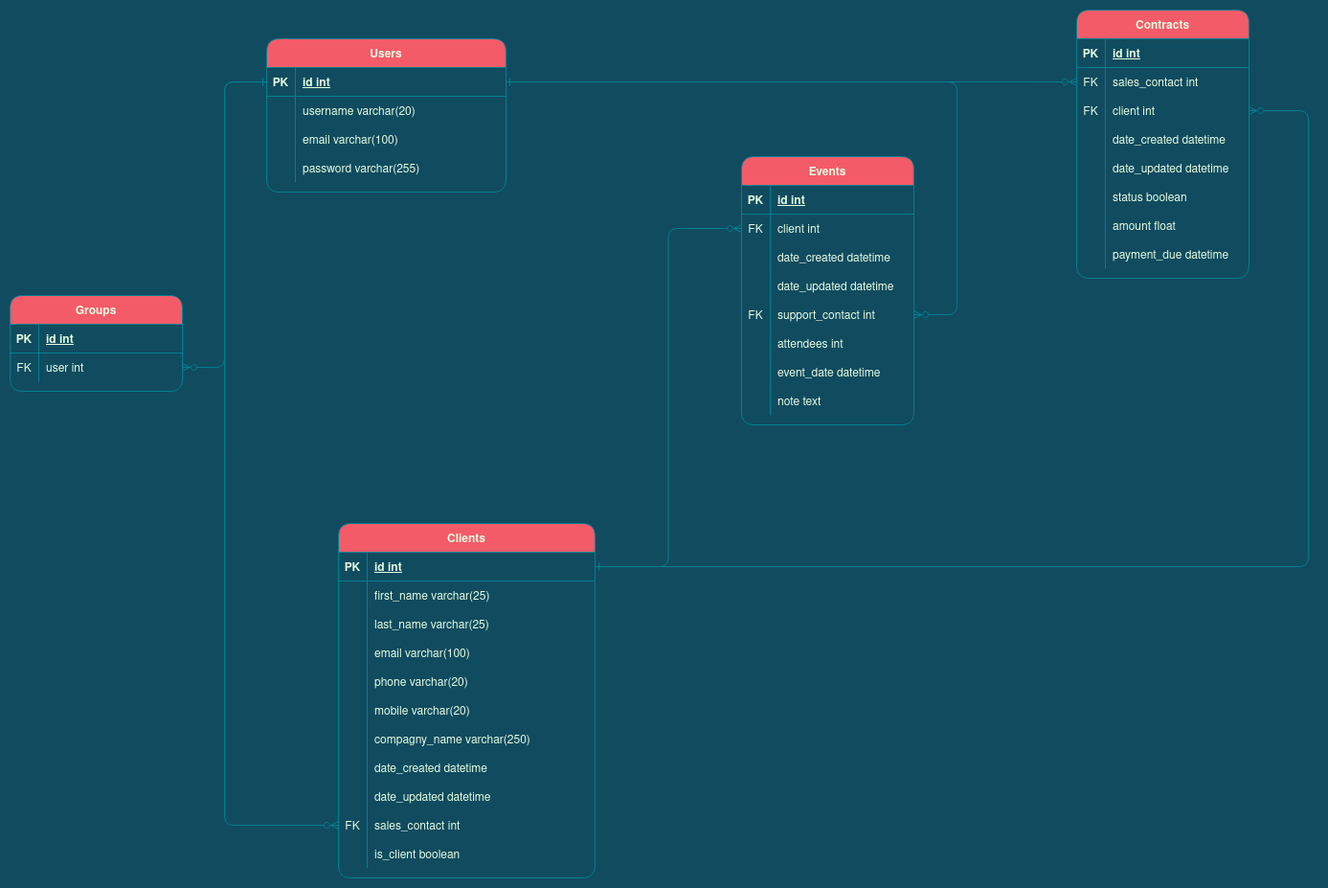
Before: erd.png, a diagram exported from draw.io (jogubo/oc-epicevents). Source tidied: cells renumbered, new cells last; positions are measured from the earlier drawing's top-left corner, leaving out a move shared by most shapes.
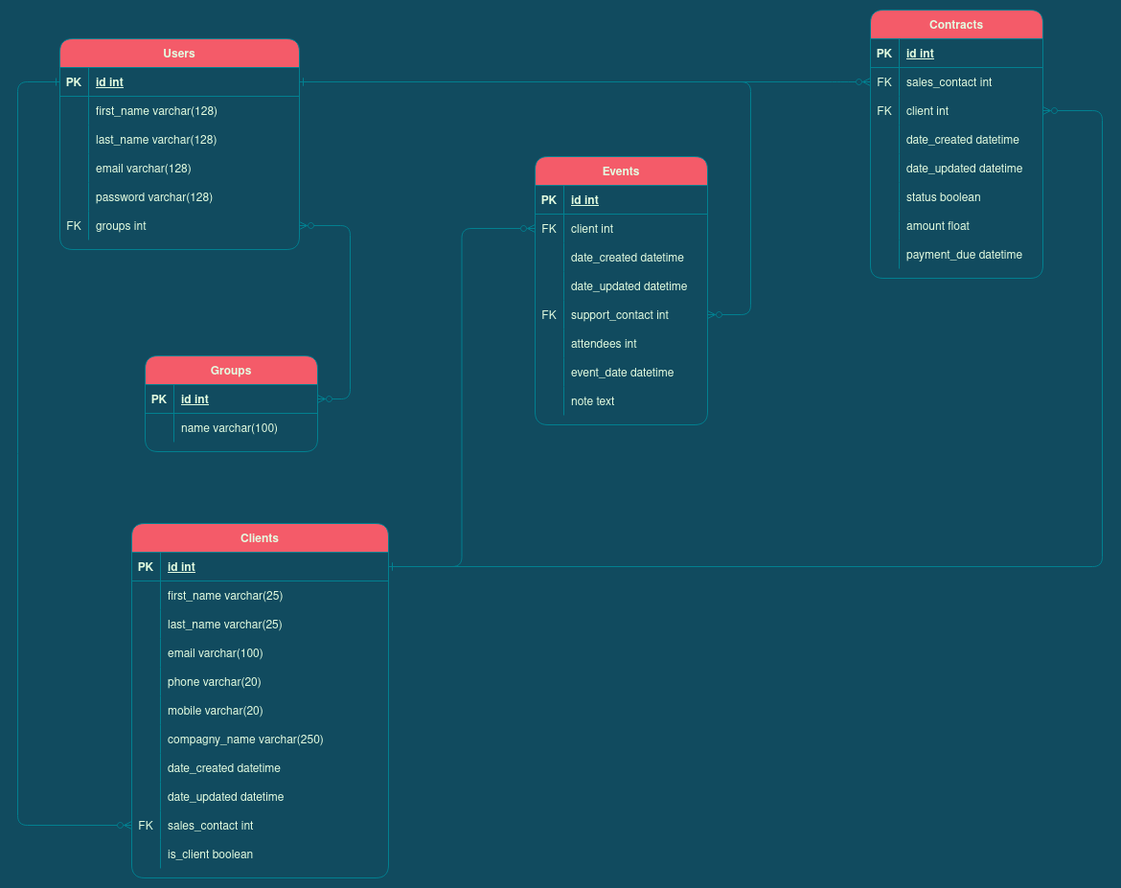
After the change.

Diff of the diagram source:
```diff
@@ -3,7 +3,7 @@
     <mxCell id="0" />
     <mxCell id="1" parent="0" />
     <mxCell id="2" value="Users" style="shape=table;startSize=30;rowLines=0;fontStyle=1;align=center;rounded=1;shadow=0;fillColor=#F45B69;strokeColor=#028090;fontColor=#E4FDE1;" parent="1" vertex="1">
-      <mxGeometry x="268" y="30" width="250" height="160" as="geometry" />
+      <mxGeometry x="268" y="30" width="250" height="220" as="geometry" />
     </mxCell>
     <mxCell id="3" style="shape=partialRectangle;fillColor=none;points=[[0,0.5],[1,0.5]];portConstraint=eastwest;top=0;left=0;right=0;bottom=1;rounded=1;strokeColor=#028090;fontColor=#E4FDE1;" parent="2" vertex="1">
       <mxGeometry y="30" width="250" height="30" as="geometry" />
@@ -14,33 +14,51 @@
     <mxCell id="5" value="id int" style="shape=partialRectangle;overflow=hidden;fillColor=none;top=0;left=0;bottom=0;right=0;align=left;spacingLeft=6;fontStyle=5;rounded=1;strokeColor=#028090;fontColor=#E4FDE1;" parent="3" vertex="1">
       <mxGeometry x="30" width="220" height="30" as="geometry" />
     </mxCell>
-    <mxCell id="6" style="shape=tableRow;horizontal=0;startSize=0;swimlaneHead=0;swimlaneBody=0;fillColor=none;top=0;left=0;right=0;bottom=0;rounded=1;strokeColor=#028090;fontColor=#E4FDE1;" parent="2" vertex="1">
-      <mxGeometry y="60" width="250" height="30" as="geometry" />
-    </mxCell>
-    <mxCell id="7" style="shape=partialRectangle;fillColor=none;top=0;left=0;bottom=0;right=0;overflow=hidden;rounded=1;strokeColor=#028090;fontColor=#E4FDE1;" parent="6" vertex="1">
-      <mxGeometry width="30" height="30" as="geometry" />
-    </mxCell>
-    <mxCell id="8" value="username varchar(20)" style="shape=partialRectangle;fillColor=none;top=0;left=0;bottom=0;right=0;align=left;spacingLeft=6;overflow=hidden;rounded=1;strokeColor=#028090;fontColor=#E4FDE1;" parent="6" vertex="1">
-      <mxGeometry x="30" width="220" height="30" as="geometry" />
-    </mxCell>
+    <mxCell id="113" style="shape=tableRow;horizontal=0;startSize=0;swimlaneHead=0;swimlaneBody=0;fillColor=none;top=0;left=0;right=0;bottom=0;strokeColor=#028090;fontColor=#E4FDE1;rounded=1;" parent="2" vertex="1">
+      <mxGeometry y="60" width="250" height="30" as="geometry" />
+    </mxCell>
+    <mxCell id="114" style="shape=partialRectangle;fillColor=none;top=0;left=0;bottom=0;right=0;overflow=hidden;strokeColor=#028090;fontColor=#E4FDE1;rounded=1;" parent="113" vertex="1">
+      <mxGeometry width="30" height="30" as="geometry" />
+    </mxCell>
+    <mxCell id="115" value="first_name varchar(128)" style="shape=partialRectangle;fillColor=none;top=0;left=0;bottom=0;right=0;align=left;spacingLeft=6;overflow=hidden;strokeColor=#028090;fontColor=#E4FDE1;rounded=1;" parent="113" vertex="1">
+      <mxGeometry x="30" width="220" height="30" as="geometry" />
+    </mxCell>
+    <mxCell id="116" style="shape=tableRow;horizontal=0;startSize=0;swimlaneHead=0;swimlaneBody=0;fillColor=none;top=0;left=0;right=0;bottom=0;strokeColor=#028090;fontColor=#E4FDE1;rounded=1;" parent="2" vertex="1">
+      <mxGeometry y="90" width="250" height="30" as="geometry" />
+    </mxCell>
+    <mxCell id="117" style="shape=partialRectangle;fillColor=none;top=0;left=0;bottom=0;right=0;overflow=hidden;strokeColor=#028090;fontColor=#E4FDE1;rounded=1;" parent="116" vertex="1">
+      <mxGeometry width="30" height="30" as="geometry" />
+    </mxCell>
+    <mxCell id="118" value="last_name varchar(128)" style="shape=partialRectangle;fillColor=none;top=0;left=0;bottom=0;right=0;align=left;spacingLeft=6;overflow=hidden;strokeColor=#028090;fontColor=#E4FDE1;rounded=1;" parent="116" vertex="1">
+      <mxGeometry x="30" width="220" height="30" as="geometry" />
+    </mxCell>
     <mxCell id="9" style="shape=tableRow;horizontal=0;startSize=0;swimlaneHead=0;swimlaneBody=0;fillColor=none;top=0;left=0;right=0;bottom=0;rounded=1;strokeColor=#028090;fontColor=#E4FDE1;" parent="2" vertex="1">
-      <mxGeometry y="90" width="250" height="30" as="geometry" />
+      <mxGeometry y="120" width="250" height="30" as="geometry" />
     </mxCell>
     <mxCell id="10" style="shape=partialRectangle;fillColor=none;top=0;left=0;bottom=0;right=0;overflow=hidden;rounded=1;strokeColor=#028090;fontColor=#E4FDE1;" parent="9" vertex="1">
       <mxGeometry width="30" height="30" as="geometry" />
     </mxCell>
-    <mxCell id="11" value="email varchar(100)" style="shape=partialRectangle;fillColor=none;top=0;left=0;bottom=0;right=0;align=left;spacingLeft=6;overflow=hidden;rounded=1;strokeColor=#028090;fontColor=#E4FDE1;" parent="9" vertex="1">
+    <mxCell id="11" value="email varchar(128)" style="shape=partialRectangle;fillColor=none;top=0;left=0;bottom=0;right=0;align=left;spacingLeft=6;overflow=hidden;rounded=1;strokeColor=#028090;fontColor=#E4FDE1;" parent="9" vertex="1">
       <mxGeometry x="30" width="220" height="30" as="geometry" />
     </mxCell>
     <mxCell id="12" style="shape=tableRow;horizontal=0;startSize=0;swimlaneHead=0;swimlaneBody=0;fillColor=none;top=0;left=0;right=0;bottom=0;rounded=1;strokeColor=#028090;fontColor=#E4FDE1;" parent="2" vertex="1">
-      <mxGeometry y="120" width="250" height="30" as="geometry" />
+      <mxGeometry y="150" width="250" height="30" as="geometry" />
     </mxCell>
     <mxCell id="13" style="shape=partialRectangle;fillColor=none;top=0;left=0;bottom=0;right=0;overflow=hidden;rounded=1;strokeColor=#028090;fontColor=#E4FDE1;" parent="12" vertex="1">
       <mxGeometry width="30" height="30" as="geometry" />
     </mxCell>
-    <mxCell id="14" value="password varchar(255)" style="shape=partialRectangle;fillColor=none;top=0;left=0;bottom=0;right=0;align=left;spacingLeft=6;overflow=hidden;rounded=1;strokeColor=#028090;fontColor=#E4FDE1;" parent="12" vertex="1">
+    <mxCell id="14" value="password varchar(128)" style="shape=partialRectangle;fillColor=none;top=0;left=0;bottom=0;right=0;align=left;spacingLeft=6;overflow=hidden;rounded=1;strokeColor=#028090;fontColor=#E4FDE1;" parent="12" vertex="1">
       <mxGeometry x="30" width="220" height="30" as="geometry" />
     </mxCell>
+    <mxCell id="119" style="shape=tableRow;horizontal=0;startSize=0;swimlaneHead=0;swimlaneBody=0;fillColor=none;points=[[0,0.5],[1,0.5]];portConstraint=eastwest;top=0;left=0;right=0;bottom=0;strokeColor=#028090;fontColor=#E4FDE1;rounded=1;" parent="2" vertex="1">
+      <mxGeometry y="180" width="250" height="30" as="geometry" />
+    </mxCell>
+    <mxCell id="120" value="FK" style="shape=partialRectangle;fillColor=none;top=0;left=0;bottom=0;right=0;fontStyle=0;overflow=hidden;strokeColor=#028090;fontColor=#E4FDE1;rounded=1;" parent="119" vertex="1">
+      <mxGeometry width="30" height="30" as="geometry" />
+    </mxCell>
+    <mxCell id="121" value="groups int" style="shape=partialRectangle;fillColor=none;top=0;left=0;bottom=0;right=0;align=left;spacingLeft=6;fontStyle=0;overflow=hidden;strokeColor=#028090;fontColor=#E4FDE1;rounded=1;" parent="119" vertex="1">
+      <mxGeometry x="30" width="220" height="30" as="geometry" />
+    </mxCell>
     <mxCell id="15" value="Clients" style="shape=table;startSize=30;rowLines=0;fontStyle=1;align=center;rounded=1;shadow=0;fillColor=#F45B69;strokeColor=#028090;fontColor=#E4FDE1;" parent="1" vertex="1">
       <mxGeometry x="343" y="536" width="268" height="370" as="geometry" />
     </mxCell>
@@ -299,10 +317,10 @@
     <mxCell id="100" style="edgeStyle=orthogonalEdgeStyle;rounded=1;jettySize=auto;html=1;labelBackgroundColor=#114B5F;strokeColor=#028090;fontColor=#E4FDE1;endArrow=ERone;endFill=0;startArrow=ERzeroToMany;startFill=0;" parent="1" edge="1" source="79" target="16">
       <mxGeometry relative="1" as="geometry" />
     </mxCell>
-    <mxCell id="101" style="edgeStyle=entityRelationEdgeStyle;fontSize=12;html=1;endArrow=ERzeroToMany;endFill=0;rounded=1;sketch=0;fontColor=#E4FDE1;strokeColor=#028090;fillColor=#F45B69;labelBackgroundColor=#114B5F;startArrow=ERone;startFill=0;" parent="1" edge="1" source="3" target="54">
+    <mxCell id="101" style="edgeStyle=entityRelationEdgeStyle;fontSize=12;html=1;endArrow=ERzeroToMany;endFill=0;rounded=1;fontColor=#E4FDE1;strokeColor=#028090;fillColor=#F45B69;labelBackgroundColor=#114B5F;startArrow=ERone;startFill=0;" parent="1" edge="1" source="3" target="54">
       <mxGeometry relative="1" as="geometry" />
     </mxCell>
-    <mxCell id="102" style="edgeStyle=orthogonalEdgeStyle;fontSize=12;html=1;endArrow=ERzeroToMany;endFill=0;rounded=1;sketch=0;fontColor=#E4FDE1;strokeColor=#028090;fillColor=#F45B69;labelBackgroundColor=#114B5F;startArrow=ERone;startFill=0;" parent="1" edge="1" source="16" target="57">
+    <mxCell id="102" style="edgeStyle=orthogonalEdgeStyle;fontSize=12;html=1;endArrow=ERzeroToMany;endFill=0;rounded=1;fontColor=#E4FDE1;strokeColor=#028090;fillColor=#F45B69;labelBackgroundColor=#114B5F;startArrow=ERone;startFill=0;" parent="1" edge="1" source="16" target="57">
       <mxGeometry relative="1" as="geometry">
         <Array as="points">
           <mxPoint x="1356" y="581" />
@@ -310,7 +328,7 @@
         </Array>
       </mxGeometry>
     </mxCell>
-    <mxCell id="103" style="edgeStyle=orthogonalEdgeStyle;fontSize=12;html=1;endArrow=ERzeroToMany;endFill=0;rounded=1;sketch=0;fontColor=#E4FDE1;strokeColor=#028090;fillColor=#F45B69;startArrow=ERone;startFill=0;labelBackgroundColor=#114B5F;" parent="1" edge="1" source="3" target="88">
+    <mxCell id="103" style="edgeStyle=orthogonalEdgeStyle;fontSize=12;html=1;endArrow=ERzeroToMany;endFill=0;rounded=1;fontColor=#E4FDE1;strokeColor=#028090;fillColor=#F45B69;startArrow=ERone;startFill=0;labelBackgroundColor=#114B5F;" parent="1" edge="1" source="3" target="88">
       <mxGeometry relative="1" as="geometry">
         <Array as="points">
           <mxPoint x="989" y="75" />
@@ -318,7 +336,7 @@
         </Array>
       </mxGeometry>
     </mxCell>
-    <mxCell id="104" style="edgeStyle=orthogonalEdgeStyle;fontSize=12;html=1;endArrow=ERzeroToMany;endFill=0;rounded=1;sketch=0;fontColor=#E4FDE1;strokeColor=#028090;fillColor=#F45B69;labelBackgroundColor=#114B5F;startArrow=ERone;startFill=0;" parent="1" edge="1" source="3" target="43">
+    <mxCell id="104" style="edgeStyle=orthogonalEdgeStyle;fontSize=12;html=1;endArrow=ERzeroToMany;endFill=0;rounded=1;fontColor=#E4FDE1;strokeColor=#028090;fillColor=#F45B69;labelBackgroundColor=#114B5F;startArrow=ERone;startFill=0;" parent="1" edge="1" source="3" target="43">
       <mxGeometry relative="1" as="geometry">
         <Array as="points">
           <mxPoint x="224" y="75" />
@@ -327,7 +345,7 @@
       </mxGeometry>
     </mxCell>
     <mxCell id="105" value="Groups" style="shape=table;startSize=30;rowLines=0;fontStyle=1;align=center;fillColor=#F45B69;strokeColor=#028090;fontColor=#E4FDE1;rounded=1;" parent="1" vertex="1">
-      <mxGeometry y="298" width="180" height="100" as="geometry" />
+      <mxGeometry x="357" y="361" width="180" height="100" as="geometry" />
     </mxCell>
     <mxCell id="106" style="shape=tableRow;horizontal=0;startSize=0;swimlaneHead=0;swimlaneBody=0;fillColor=none;points=[[0,0.5],[1,0.5]];portConstraint=eastwest;top=0;left=0;right=0;bottom=1;strokeColor=#028090;fontColor=#E4FDE1;rounded=1;" parent="105" vertex="1">
       <mxGeometry y="30" width="180" height="30" as="geometry" />
@@ -338,17 +356,22 @@
     <mxCell id="108" value="id int" style="shape=partialRectangle;fillColor=none;top=0;left=0;bottom=0;right=0;align=left;spacingLeft=6;fontStyle=5;overflow=hidden;strokeColor=#028090;fontColor=#E4FDE1;rounded=1;" parent="106" vertex="1">
       <mxGeometry x="30" width="150" height="30" as="geometry" />
     </mxCell>
-    <mxCell id="109" style="shape=tableRow;horizontal=0;startSize=0;swimlaneHead=0;swimlaneBody=0;fillColor=none;points=[[0,0.5],[1,0.5]];portConstraint=eastwest;top=0;left=0;right=0;bottom=0;rounded=1;sketch=0;fontColor=#E4FDE1;strokeColor=#028090;" parent="105" vertex="1">
+    <mxCell id="109" style="shape=tableRow;horizontal=0;startSize=0;swimlaneHead=0;swimlaneBody=0;fillColor=none;points=[[0,0.5],[1,0.5]];portConstraint=eastwest;top=0;left=0;right=0;bottom=0;rounded=1;fontColor=#E4FDE1;strokeColor=#028090;" parent="105" vertex="1">
       <mxGeometry y="60" width="180" height="30" as="geometry" />
     </mxCell>
-    <mxCell id="110" value="FK" style="shape=partialRectangle;fillColor=none;top=0;left=0;bottom=0;right=0;fontStyle=0;overflow=hidden;rounded=1;sketch=0;fontColor=#E4FDE1;strokeColor=#028090;" parent="109" vertex="1">
+    <mxCell id="110" style="shape=partialRectangle;fillColor=none;top=0;left=0;bottom=0;right=0;fontStyle=0;overflow=hidden;rounded=1;fontColor=#E4FDE1;strokeColor=#028090;" parent="109" vertex="1">
       <mxGeometry width="30" height="30" as="geometry" />
     </mxCell>
-    <mxCell id="111" value="user int" style="shape=partialRectangle;fillColor=none;top=0;left=0;bottom=0;right=0;align=left;spacingLeft=6;fontStyle=0;overflow=hidden;rounded=1;sketch=0;fontColor=#E4FDE1;strokeColor=#028090;" parent="109" vertex="1">
+    <mxCell id="111" value="name varchar(100)" style="shape=partialRectangle;fillColor=none;top=0;left=0;bottom=0;right=0;align=left;spacingLeft=6;fontStyle=0;overflow=hidden;rounded=1;fontColor=#E4FDE1;strokeColor=#028090;" parent="109" vertex="1">
       <mxGeometry x="30" width="150" height="30" as="geometry" />
     </mxCell>
-    <mxCell id="112" style="edgeStyle=orthogonalEdgeStyle;curved=0;rounded=1;sketch=0;jettySize=auto;html=1;exitX=1;exitY=0.5;exitDx=0;exitDy=0;fontColor=#E4FDE1;strokeColor=#028090;fillColor=#F45B69;endArrow=ERone;endFill=0;startArrow=ERzeroToMany;startFill=0;" parent="1" edge="1" source="109" target="3">
-      <mxGeometry relative="1" as="geometry" />
+    <mxCell id="112" style="edgeStyle=orthogonalEdgeStyle;rounded=1;jettySize=auto;html=1;fontColor=#E4FDE1;strokeColor=#028090;fillColor=#F45B69;endArrow=ERzeroToMany;endFill=0;startArrow=ERzeroToMany;startFill=0;labelBackgroundColor=#114B5F;" parent="1" edge="1" source="106" target="119">
+      <mxGeometry relative="1" as="geometry">
+        <Array as="points">
+          <mxPoint x="571" y="406" />
+          <mxPoint x="571" y="225" />
+        </Array>
+      </mxGeometry>
     </mxCell>
   </root>
 </mxGraphModel>
```
